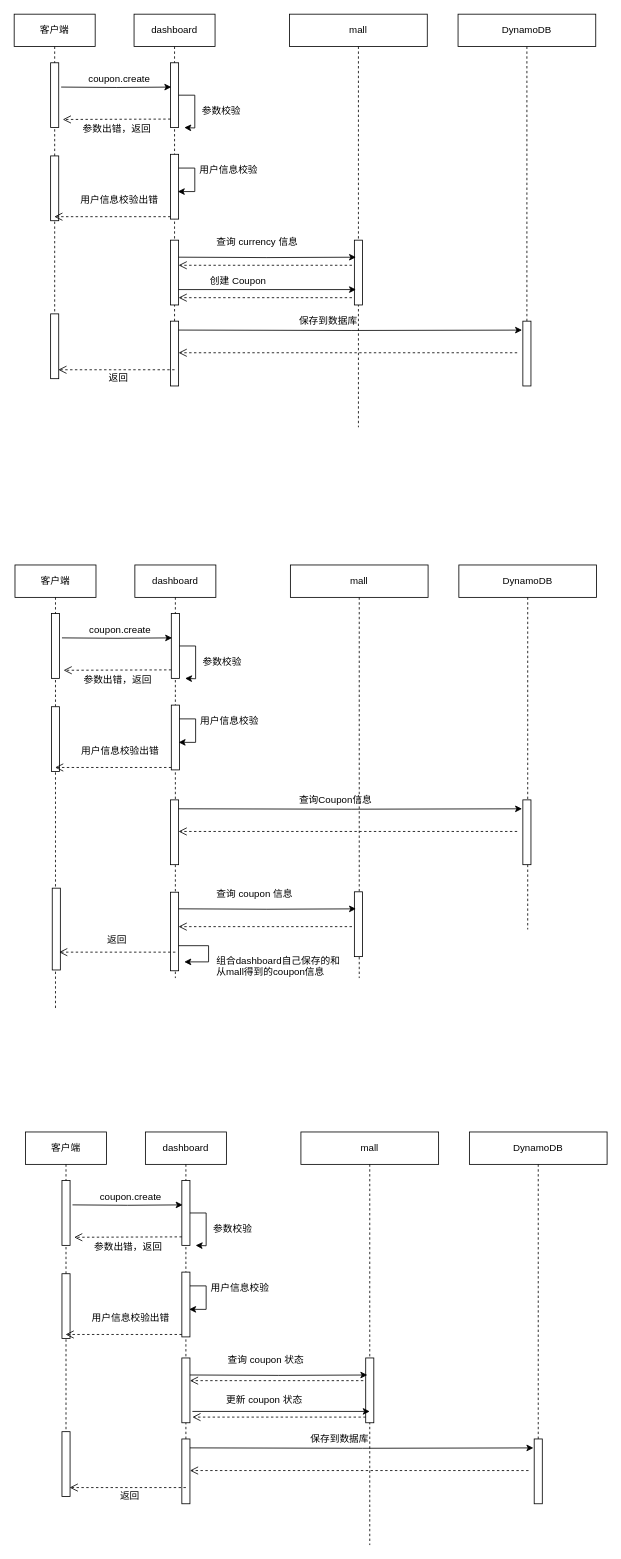
Earlier version of the draw.io diagram page "coupon" (4 of 4) of dashboard.drawio (JianHao-Chen/UML). Source tidied: cells renumbered, new cells numbered last; positions are measured from the earlier drawing's top-left corner, leaving out a move shared by most shapes. Both pictures are drawn from the tidied source at 81%, with x=0, y=0 at pixel (14, 14).
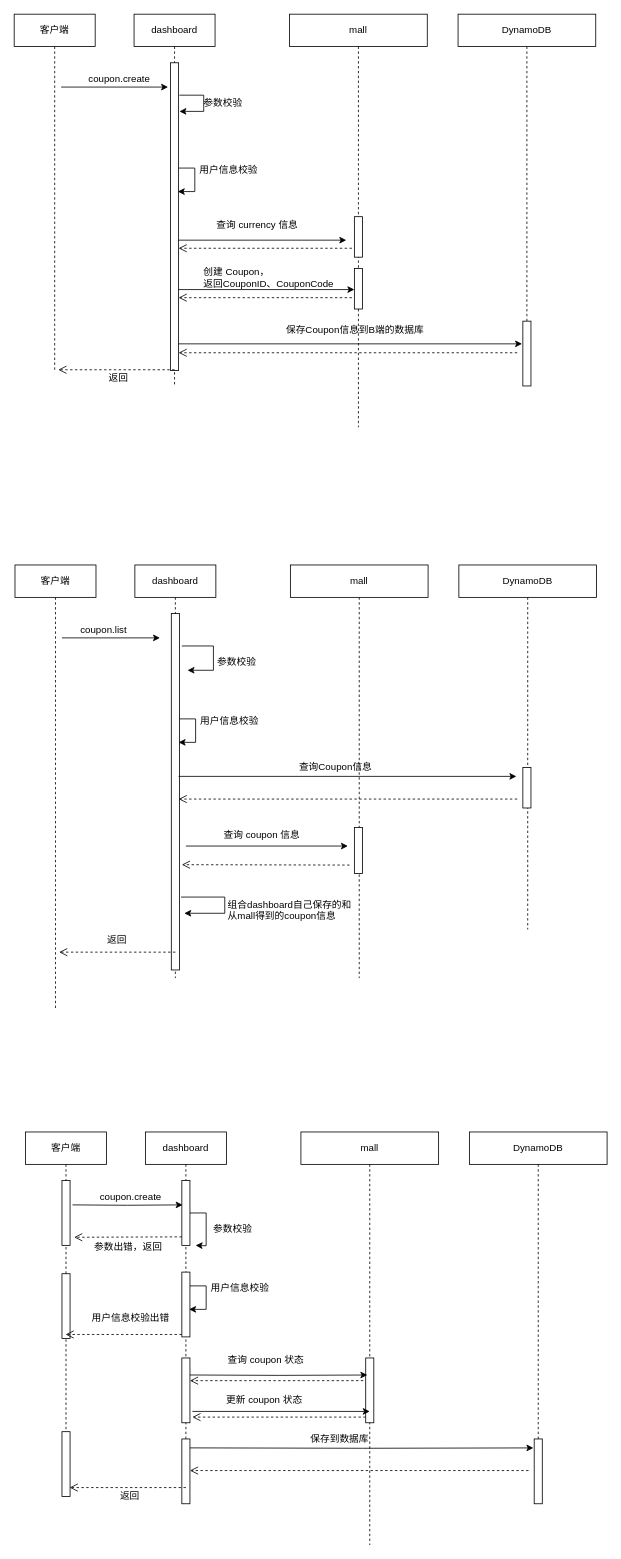
Above is the later version.

The change refers to these unchanged cells:
```xml
<mxCell id="2" value="dashboard" style="shape=umlLifeline;perimeter=lifelinePerimeter;whiteSpace=wrap;html=1;" parent="1" vertex="1">
  <mxGeometry x="148" width="100" height="459" as="geometry" />
</mxCell>
<mxCell id="10" style="html=1;points=[];perimeter=orthogonalPerimeter;" parent="9" vertex="1">
  <mxGeometry x="80" y="379" width="10" height="80" as="geometry" />
</mxCell>
<mxCell id="11" value="客户端" style="shape=umlLifeline;perimeter=lifelinePerimeter;whiteSpace=wrap;html=1;outlineConnect=0;" parent="1" vertex="1">
  <mxGeometry width="100" height="440" as="geometry" />
</mxCell>
<mxCell id="17" value="mall" style="shape=umlLifeline;perimeter=lifelinePerimeter;whiteSpace=wrap;html=1;" parent="1" vertex="1">
  <mxGeometry x="340" width="170" height="510" as="geometry" />
</mxCell>
<mxCell id="36" value="dashboard" style="shape=umlLifeline;perimeter=lifelinePerimeter;whiteSpace=wrap;html=1;" parent="1" vertex="1">
  <mxGeometry x="149" y="680" width="100" height="510" as="geometry" />
</mxCell>
<mxCell id="43" value="DynamoDB" style="shape=umlLifeline;perimeter=lifelinePerimeter;whiteSpace=wrap;html=1;" parent="1" vertex="1">
  <mxGeometry x="549" y="680" width="170" height="450" as="geometry" />
</mxCell>
<mxCell id="45" value="客户端" style="shape=umlLifeline;perimeter=lifelinePerimeter;whiteSpace=wrap;html=1;outlineConnect=0;" parent="1" vertex="1">
  <mxGeometry x="1" y="680" width="100" height="550" as="geometry" />
</mxCell>
<mxCell id="51" value="mall" style="shape=umlLifeline;perimeter=lifelinePerimeter;whiteSpace=wrap;html=1;" parent="1" vertex="1">
  <mxGeometry x="341" y="680" width="170" height="510" as="geometry" />
</mxCell>
```

The edit, as a diff of the source:
```diff
@@
     <mxCell id="3" style="html=1;points=[];perimeter=orthogonalPerimeter;" parent="2" vertex="1">
-      <mxGeometry x="45" y="60" width="10" height="80" as="geometry" />
+      <mxGeometry x="45" y="60" width="10" height="380" as="geometry" />
     </mxCell>
-    <mxCell id="4" style="html=1;points=[];perimeter=orthogonalPerimeter;" parent="2" vertex="1">
-      <mxGeometry x="45" y="173" width="10" height="80" as="geometry" />
-    </mxCell>
-    <mxCell id="5" style="html=1;perimeter=orthogonalPerimeter;" parent="2" vertex="1">
-      <mxGeometry x="45" y="279" width="10" height="80" as="geometry" />
-    </mxCell>
-    <mxCell id="6" style="edgeStyle=orthogonalEdgeStyle;rounded=0;orthogonalLoop=1;jettySize=auto;html=1;entryX=0.9;entryY=0.575;entryDx=0;entryDy=0;entryPerimeter=0;" parent="2" edge="1" source="4" target="4">
+    <mxCell id="6" style="edgeStyle=orthogonalEdgeStyle;rounded=0;orthogonalLoop=1;jettySize=auto;html=1;entryX=0.9;entryY=0.575;entryDx=0;entryDy=0;entryPerimeter=0;" parent="2" edge="1">
       <mxGeometry relative="1" as="geometry">
+        <mxPoint x="55" y="190" as="sourcePoint" />
+        <mxPoint x="54" y="219" as="targetPoint" />
         <Array as="points">
           <mxPoint x="75" y="190" />
           <mxPoint x="75" y="219" />
         </Array>
       </mxGeometry>
     </mxCell>
-    <mxCell id="7" style="html=1;perimeter=orthogonalPerimeter;" parent="2" vertex="1">
-      <mxGeometry x="45" y="379" width="10" height="80" as="geometry" />
-    </mxCell>
-    <mxCell id="8" style="edgeStyle=orthogonalEdgeStyle;rounded=0;jettySize=auto;html=1;entryX=0.1;entryY=0.375;entryDx=0;entryDy=0;entryPerimeter=0;" parent="1" edge="1" target="3">
+    <mxCell id="8" style="edgeStyle=orthogonalEdgeStyle;rounded=0;orthogonalLoop=1;jettySize=auto;html=1;" parent="1" edge="1">
       <mxGeometry relative="1" as="geometry">
         <mxPoint x="58" y="90" as="sourcePoint" />
+        <mxPoint x="190" y="90" as="targetPoint" />
       </mxGeometry>
     </mxCell>
@@
-    <mxCell id="12" style="html=1;perimeter=orthogonalPerimeter;" parent="11" vertex="1">
-      <mxGeometry x="45" y="60" width="10" height="80" as="geometry" />
-    </mxCell>
-    <mxCell id="13" style="html=1;perimeter=orthogonalPerimeter;" parent="11" vertex="1">
-      <mxGeometry x="45" y="370" width="10" height="80" as="geometry" />
-    </mxCell>
-    <mxCell id="14" style="html=1;perimeter=orthogonalPerimeter;" parent="11" vertex="1">
-      <mxGeometry x="45" y="175" width="10" height="80" as="geometry" />
-    </mxCell>
@@
     <mxCell id="16" value="参数校验" style="text;html=1;align=left;verticalAlign=top;spacingTop=-4;" parent="1" vertex="1">
-      <mxGeometry x="230" y="110" width="60" height="20" as="geometry" />
+      <mxGeometry x="232" y="100" width="60" height="20" as="geometry" />
     </mxCell>
@@
+    <mxCell id="103" style="html=1;perimeter=orthogonalPerimeter;" parent="17" vertex="1">
+      <mxGeometry x="80" y="314" width="10" height="50" as="geometry" />
+    </mxCell>
-    <mxCell id="18" style="edgeStyle=orthogonalEdgeStyle;rounded=0;jettySize=auto;html=1;" parent="1" edge="1" source="3">
+    <mxCell id="18" style="edgeStyle=orthogonalEdgeStyle;rounded=0;orthogonalLoop=1;jettySize=auto;html=1;" parent="1" edge="1">
       <mxGeometry relative="1" as="geometry">
-        <mxPoint x="210" y="140" as="targetPoint" />
+        <mxPoint x="204" y="100" as="sourcePoint" />
+        <mxPoint x="204" y="120" as="targetPoint" />
+        <Array as="points">
+          <mxPoint x="234" y="100" />
+          <mxPoint x="234" y="120" />
+        </Array>
       </mxGeometry>
     </mxCell>
@@
-    <mxCell id="20" style="html=1;verticalAlign=bottom;endArrow=open;dashed=1;endSize=8;" parent="1" edge="1">
-      <mxGeometry relative="1" as="geometry">
-        <mxPoint x="193" y="129.5" as="sourcePoint" />
-        <mxPoint x="60" y="130" as="targetPoint" />
-      </mxGeometry>
-    </mxCell>
-    <mxCell id="21" value="参数出错，返回" style="text;html=1;align=left;verticalAlign=top;spacingTop=-4;" parent="1" vertex="1">
-      <mxGeometry x="83" y="131.5" width="100" height="20" as="geometry" />
-    </mxCell>
-    <mxCell id="22" style="html=1;verticalAlign=bottom;endArrow=open;dashed=1;endSize=8;" parent="1" edge="1" target="11">
-      <mxGeometry relative="1" as="geometry">
-        <mxPoint x="193" y="250" as="sourcePoint" />
-      </mxGeometry>
-    </mxCell>
     <mxCell id="23" style="html=1;verticalAlign=bottom;endArrow=open;dashed=1;endSize=8;entryX=0.7;entryY=0.838;entryDx=0;entryDy=0;entryPerimeter=0;exitX=-0.3;exitY=0.638;exitDx=0;exitDy=0;exitPerimeter=0;" parent="1" edge="1">
       <mxGeometry relative="1" as="geometry">
-        <mxPoint x="417" y="310" as="sourcePoint" />
-        <mxPoint x="203" y="310" as="targetPoint" />
+        <mxPoint x="417" y="289" as="sourcePoint" />
+        <mxPoint x="203" y="289" as="targetPoint" />
       </mxGeometry>
     </mxCell>
     <mxCell id="24" value="查询 currency 信息" style="text;html=1;align=left;verticalAlign=top;spacingTop=-4;" parent="1" vertex="1">
-      <mxGeometry x="248" y="272" width="120" height="20" as="geometry" />
+      <mxGeometry x="248" y="251" width="120" height="20" as="geometry" />
     </mxCell>
@@
-    <mxCell id="26" value="用户信息校验出错" style="text;html=1;align=left;verticalAlign=top;spacingTop=-4;" parent="1" vertex="1">
-      <mxGeometry x="80" y="220" width="110" height="20" as="geometry" />
-    </mxCell>
     <mxCell id="27" style="html=1;points=[];perimeter=orthogonalPerimeter;" parent="1" vertex="1">
-      <mxGeometry x="420" y="279" width="10" height="80" as="geometry" />
+      <mxGeometry x="420" y="250" width="10" height="50" as="geometry" />
     </mxCell>
-    <mxCell id="28" style="edgeStyle=orthogonalEdgeStyle;rounded=0;jettySize=auto;html=1;entryX=0.2;entryY=0.263;entryDx=0;entryDy=0;entryPerimeter=0;" parent="1" edge="1" target="27">
+    <mxCell id="28" style="edgeStyle=orthogonalEdgeStyle;rounded=0;orthogonalLoop=1;jettySize=auto;html=1;" parent="1" edge="1">
       <mxGeometry relative="1" as="geometry">
-        <mxPoint x="203" y="300" as="sourcePoint" />
+        <mxPoint x="203" y="279" as="sourcePoint" />
+        <mxPoint x="410" y="279" as="targetPoint" />
       </mxGeometry>
     </mxCell>
@@
-    <mxCell id="30" style="edgeStyle=orthogonalEdgeStyle;rounded=0;orthogonalLoop=1;jettySize=auto;html=1;entryX=0.2;entryY=0.263;entryDx=0;entryDy=0;entryPerimeter=0;" parent="1" edge="1">
+    <mxCell id="30" style="edgeStyle=orthogonalEdgeStyle;rounded=0;orthogonalLoop=1;jettySize=auto;html=1;" parent="1" edge="1">
       <mxGeometry relative="1" as="geometry">
         <mxPoint x="203" y="340" as="sourcePoint" />
-        <mxPoint x="422" y="340" as="targetPoint" />
+        <mxPoint x="420" y="340" as="targetPoint" />
       </mxGeometry>
     </mxCell>
-    <mxCell id="31" value="创建 Coupon" style="text;html=1;align=left;verticalAlign=top;spacingTop=-4;" parent="1" vertex="1">
-      <mxGeometry x="240" y="319" width="80" height="20" as="geometry" />
+    <mxCell id="31" value="创建 Coupon，&lt;br&gt;返回CouponID、CouponCode" style="text;html=1;align=left;verticalAlign=top;spacingTop=-4;" parent="1" vertex="1">
+      <mxGeometry x="232" y="309" width="180" height="30" as="geometry" />
     </mxCell>
-    <mxCell id="32" style="edgeStyle=orthogonalEdgeStyle;rounded=0;jettySize=auto;html=1;entryX=-0.1;entryY=0.138;entryDx=0;entryDy=0;entryPerimeter=0;" parent="1" edge="1" target="10">
+    <mxCell id="32" style="edgeStyle=orthogonalEdgeStyle;rounded=0;orthogonalLoop=1;jettySize=auto;html=1;entryX=-0.1;entryY=0.138;entryDx=0;entryDy=0;entryPerimeter=0;" parent="1" edge="1">
       <mxGeometry relative="1" as="geometry">
-        <mxPoint x="203" y="390" as="sourcePoint" />
+        <mxPoint x="203" y="407" as="sourcePoint" />
+        <mxPoint x="627" y="407" as="targetPoint" />
       </mxGeometry>
     </mxCell>
-    <mxCell id="33" value="保存到数据库" style="text;html=1;align=left;verticalAlign=top;spacingTop=-4;" parent="1" vertex="1">
-      <mxGeometry x="350" y="369" width="90" height="20" as="geometry" />
+    <mxCell id="33" value="保存Coupon信息到B端的数据库" style="text;html=1;align=left;verticalAlign=top;spacingTop=-4;" parent="1" vertex="1">
+      <mxGeometry x="334" y="380" width="190" height="20" as="geometry" />
     </mxCell>
@@
     <mxCell id="37" style="html=1;points=[];perimeter=orthogonalPerimeter;" parent="36" vertex="1">
-      <mxGeometry x="45" y="60" width="10" height="80" as="geometry" />
+      <mxGeometry x="45" y="60" width="10" height="440" as="geometry" />
     </mxCell>
-    <mxCell id="38" style="html=1;points=[];perimeter=orthogonalPerimeter;" parent="36" vertex="1">
-      <mxGeometry x="45" y="173" width="10" height="80" as="geometry" />
-    </mxCell>
-    <mxCell id="39" style="html=1;points=[];perimeter=orthogonalPerimeter;" parent="36" vertex="1">
-      <mxGeometry x="44" y="404" width="10" height="97" as="geometry" />
-    </mxCell>
-    <mxCell id="40" style="edgeStyle=orthogonalEdgeStyle;rounded=0;orthogonalLoop=1;jettySize=auto;html=1;entryX=0.9;entryY=0.575;entryDx=0;entryDy=0;entryPerimeter=0;" parent="36" edge="1" source="38" target="38">
+    <mxCell id="40" style="edgeStyle=orthogonalEdgeStyle;rounded=0;orthogonalLoop=1;jettySize=auto;html=1;entryX=0.9;entryY=0.575;entryDx=0;entryDy=0;entryPerimeter=0;" parent="36" edge="1">
       <mxGeometry relative="1" as="geometry">
+        <mxPoint x="55" y="190" as="sourcePoint" />
+        <mxPoint x="54" y="219" as="targetPoint" />
         <Array as="points">
           <mxPoint x="75" y="190" />
           <mxPoint x="75" y="219" />
         </Array>
       </mxGeometry>
     </mxCell>
-    <mxCell id="41" style="html=1;perimeter=orthogonalPerimeter;" parent="36" vertex="1">
-      <mxGeometry x="44" y="290" width="10" height="80" as="geometry" />
-    </mxCell>
-    <mxCell id="42" style="edgeStyle=orthogonalEdgeStyle;rounded=0;jettySize=auto;html=1;entryX=0.1;entryY=0.375;entryDx=0;entryDy=0;entryPerimeter=0;" parent="1" edge="1" target="37">
+    <mxCell id="42" style="edgeStyle=orthogonalEdgeStyle;rounded=0;orthogonalLoop=1;jettySize=auto;html=1;" parent="1" edge="1">
       <mxGeometry relative="1" as="geometry">
         <mxPoint x="59" y="770" as="sourcePoint" />
+        <mxPoint x="180" y="770" as="targetPoint" />
       </mxGeometry>
     </mxCell>
@@
     <mxCell id="44" style="html=1;points=[];perimeter=orthogonalPerimeter;" parent="43" vertex="1">
-      <mxGeometry x="79" y="290" width="10" height="80" as="geometry" />
+      <mxGeometry x="79" y="250" width="10" height="50" as="geometry" />
     </mxCell>
@@
-    <mxCell id="46" style="html=1;perimeter=orthogonalPerimeter;" parent="45" vertex="1">
-      <mxGeometry x="45" y="60" width="10" height="80" as="geometry" />
-    </mxCell>
-    <mxCell id="47" style="html=1;perimeter=orthogonalPerimeter;" parent="45" vertex="1">
-      <mxGeometry x="46" y="399" width="10" height="101" as="geometry" />
-    </mxCell>
-    <mxCell id="48" style="html=1;perimeter=orthogonalPerimeter;" parent="45" vertex="1">
-      <mxGeometry x="45" y="175" width="10" height="80" as="geometry" />
-    </mxCell>
-    <mxCell id="49" value="coupon.create" style="text;html=1;align=left;verticalAlign=top;spacingTop=-4;" parent="1" vertex="1">
-      <mxGeometry x="91" y="750" width="90" height="20" as="geometry" />
+    <mxCell id="49" value="coupon.list" style="text;html=1;align=left;verticalAlign=top;spacingTop=-4;" parent="1" vertex="1">
+      <mxGeometry x="80" y="750" width="70" height="20" as="geometry" />
     </mxCell>
     <mxCell id="50" value="参数校验" style="text;html=1;align=left;verticalAlign=top;spacingTop=-4;" parent="1" vertex="1">
-      <mxGeometry x="231" y="790" width="60" height="20" as="geometry" />
+      <mxGeometry x="249" y="790" width="60" height="20" as="geometry" />
     </mxCell>
@@
+    <mxCell id="61" style="html=1;points=[];perimeter=orthogonalPerimeter;" parent="51" vertex="1">
+      <mxGeometry x="79" y="324" width="10" height="57" as="geometry" />
+    </mxCell>
-    <mxCell id="52" style="edgeStyle=orthogonalEdgeStyle;rounded=0;jettySize=auto;html=1;" parent="1" edge="1" source="37">
+    <mxCell id="52" style="edgeStyle=orthogonalEdgeStyle;rounded=0;orthogonalLoop=1;jettySize=auto;html=1;" parent="1" edge="1">
       <mxGeometry relative="1" as="geometry">
-        <mxPoint x="211" y="820" as="targetPoint" />
+        <mxPoint x="207" y="780" as="sourcePoint" />
+        <mxPoint x="214" y="810" as="targetPoint" />
+        <Array as="points">
+          <mxPoint x="246" y="780" />
+          <mxPoint x="246" y="810" />
+        </Array>
       </mxGeometry>
     </mxCell>
@@
-    <mxCell id="54" style="html=1;verticalAlign=bottom;endArrow=open;dashed=1;endSize=8;" parent="1" edge="1">
-      <mxGeometry relative="1" as="geometry">
-        <mxPoint x="194" y="809.5" as="sourcePoint" />
-        <mxPoint x="61" y="810" as="targetPoint" />
-      </mxGeometry>
-    </mxCell>
-    <mxCell id="55" value="参数出错，返回" style="text;html=1;align=left;verticalAlign=top;spacingTop=-4;" parent="1" vertex="1">
-      <mxGeometry x="84" y="811.5" width="100" height="20" as="geometry" />
-    </mxCell>
-    <mxCell id="56" style="html=1;verticalAlign=bottom;endArrow=open;dashed=1;endSize=8;" parent="1" edge="1" target="45">
-      <mxGeometry relative="1" as="geometry">
-        <mxPoint x="194" y="930" as="sourcePoint" />
-      </mxGeometry>
-    </mxCell>
-    <mxCell id="57" style="html=1;verticalAlign=bottom;endArrow=open;dashed=1;endSize=8;entryX=0.7;entryY=0.838;entryDx=0;entryDy=0;entryPerimeter=0;exitX=-0.3;exitY=0.638;exitDx=0;exitDy=0;exitPerimeter=0;" parent="1" edge="1">
+    <mxCell id="57" style="html=1;verticalAlign=bottom;endArrow=open;dashed=1;endSize=8;entryX=0.7;entryY=0.838;entryDx=0;entryDy=0;entryPerimeter=0;" parent="1" edge="1">
       <mxGeometry relative="1" as="geometry">
-        <mxPoint x="417" y="1126.5" as="sourcePoint" />
-        <mxPoint x="203" y="1126.5" as="targetPoint" />
+        <mxPoint x="414" y="1050.5" as="sourcePoint" />
+        <mxPoint x="207" y="1050" as="targetPoint" />
       </mxGeometry>
     </mxCell>
     <mxCell id="58" value="查询 coupon 信息" style="text;html=1;align=left;verticalAlign=top;spacingTop=-4;" parent="1" vertex="1">
-      <mxGeometry x="248" y="1076.5" width="110" height="20" as="geometry" />
+      <mxGeometry x="257" y="1003.5" width="110" height="20" as="geometry" />
     </mxCell>
@@
-    <mxCell id="60" value="用户信息校验出错" style="text;html=1;align=left;verticalAlign=top;spacingTop=-4;" parent="1" vertex="1">
-      <mxGeometry x="81" y="900" width="110" height="20" as="geometry" />
-    </mxCell>
-    <mxCell id="61" style="html=1;points=[];perimeter=orthogonalPerimeter;" parent="1" vertex="1">
-      <mxGeometry x="420" y="1083.5" width="10" height="80" as="geometry" />
-    </mxCell>
-    <mxCell id="62" style="edgeStyle=orthogonalEdgeStyle;rounded=0;jettySize=auto;html=1;entryX=0.2;entryY=0.263;entryDx=0;entryDy=0;entryPerimeter=0;" parent="1" edge="1" target="61">
-      <mxGeometry relative="1" as="geometry">
-        <mxPoint x="203" y="1104.5" as="sourcePoint" />
-      </mxGeometry>
-    </mxCell>
-    <mxCell id="63" style="edgeStyle=orthogonalEdgeStyle;rounded=0;jettySize=auto;html=1;entryX=-0.1;entryY=0.138;entryDx=0;entryDy=0;entryPerimeter=0;" parent="1" edge="1" target="44">
+    <mxCell id="63" style="edgeStyle=orthogonalEdgeStyle;rounded=0;orthogonalLoop=1;jettySize=auto;html=1;" parent="1" edge="1">
       <mxGeometry relative="1" as="geometry">
-        <mxPoint x="203" y="981" as="sourcePoint" />
+        <mxPoint x="203" y="941" as="sourcePoint" />
+        <mxPoint x="620" y="941" as="targetPoint" />
       </mxGeometry>
     </mxCell>
     <mxCell id="64" value="查询Coupon信息" style="text;html=1;align=left;verticalAlign=top;spacingTop=-4;" parent="1" vertex="1">
-      <mxGeometry x="350" y="960" width="110" height="20" as="geometry" />
+      <mxGeometry x="350" y="920" width="110" height="20" as="geometry" />
     </mxCell>
     <mxCell id="65" style="html=1;verticalAlign=bottom;endArrow=open;dashed=1;endSize=8;exitX=-0.3;exitY=0.638;exitDx=0;exitDy=0;exitPerimeter=0;" parent="1" edge="1">
       <mxGeometry relative="1" as="geometry">
-        <mxPoint x="621" y="1009" as="sourcePoint" />
-        <mxPoint x="203" y="1009" as="targetPoint" />
+        <mxPoint x="621" y="969" as="sourcePoint" />
+        <mxPoint x="203" y="969" as="targetPoint" />
       </mxGeometry>
     </mxCell>
@@
-    <mxCell id="67" style="edgeStyle=orthogonalEdgeStyle;rounded=0;jettySize=auto;html=1;" parent="1" edge="1" source="39">
+    <mxCell id="67" style="edgeStyle=orthogonalEdgeStyle;rounded=0;orthogonalLoop=1;jettySize=auto;html=1;" parent="1" edge="1">
       <mxGeometry relative="1" as="geometry">
-        <mxPoint x="210" y="1170" as="targetPoint" />
+        <mxPoint x="206" y="1090" as="sourcePoint" />
+        <mxPoint x="210" y="1110" as="targetPoint" />
         <Array as="points">
-          <mxPoint x="240" y="1150" />
-          <mxPoint x="240" y="1170" />
+          <mxPoint x="260" y="1090" />
+          <mxPoint x="260" y="1110" />
         </Array>
       </mxGeometry>
     </mxCell>
     <mxCell id="68" value="组合dashboard自己保存的和&lt;br&gt;从mall得到的coupon信息" style="text;html=1;align=left;verticalAlign=top;spacingTop=-4;" parent="1" vertex="1">
-      <mxGeometry x="248" y="1159" width="170" height="30" as="geometry" />
+      <mxGeometry x="262" y="1090" width="170" height="30" as="geometry" />
     </mxCell>
@@
+    <mxCell id="104" style="endArrow=classic;html=1;" parent="1" edge="1">
+      <mxGeometry relative="1" as="geometry">
+        <mxPoint x="212" y="1027" as="sourcePoint" />
+        <mxPoint x="412" y="1027" as="targetPoint" />
+      </mxGeometry>
+    </mxCell>
```
